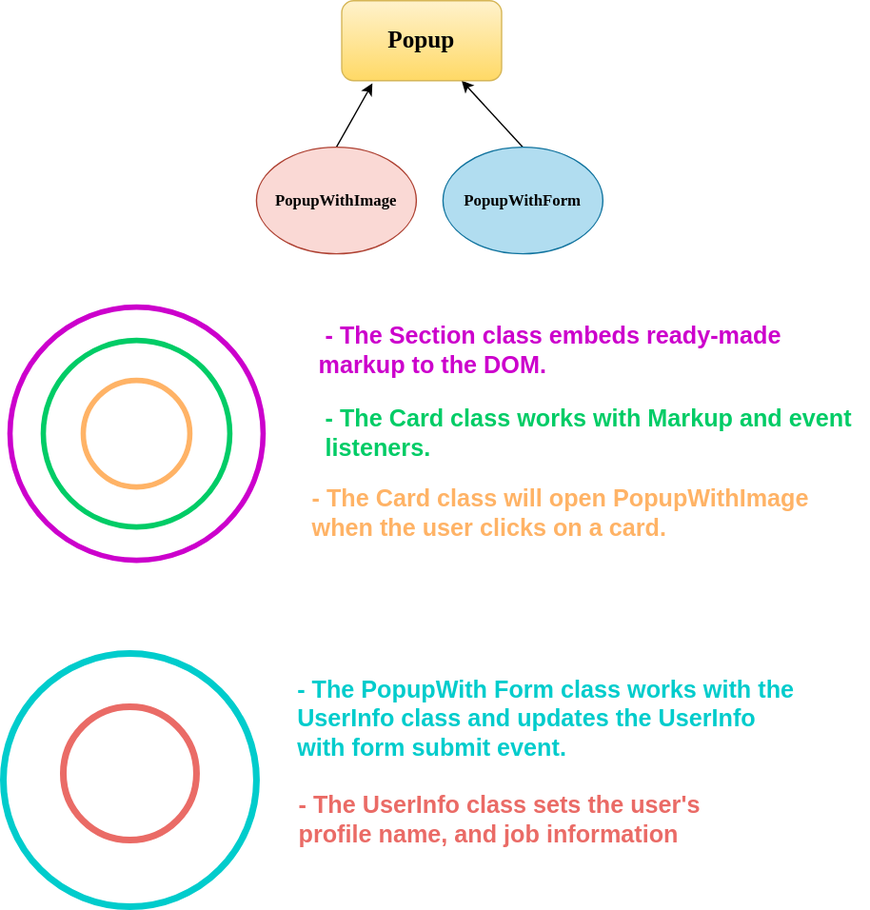
Earlier version of the draw.io export src/images/diagram.svg (hulyak/web_project_4). Source tidied: cells renumbered, new cells last; positions are measured from the earlier drawing's top-left corner, leaving out a move shared by most shapes. Source of this version:
```xml
<mxGraphModel>
  <root>
    <mxCell id="0" />
    <mxCell id="1" parent="0" />
    <mxCell id="2" style="endArrow=classic;html=1;exitX=0.5;exitY=0;exitDx=0;exitDy=0;entryX=0.192;entryY=1.033;entryDx=0;entryDy=0;entryPerimeter=0;" parent="1" edge="1" source="11" target="10">
      <mxGeometry relative="1" as="geometry" />
    </mxCell>
    <mxCell id="3" style="endArrow=classic;html=1;exitX=0.5;exitY=0;exitDx=0;exitDy=0;entryX=0.75;entryY=1;entryDx=0;entryDy=0;" parent="1" edge="1" source="12" target="10">
      <mxGeometry relative="1" as="geometry" />
    </mxCell>
    <mxCell id="4" style="ellipse;whiteSpace=wrap;html=1;align=center;fillColor=none;strokeColor=#CC00CC;strokeWidth=4;" parent="1" vertex="1">
      <mxGeometry x="5" y="230" width="190" height="190" as="geometry" />
    </mxCell>
    <mxCell id="5" style="ellipse;whiteSpace=wrap;html=1;strokeColor=#00CC66;strokeWidth=4;fillColor=none;" parent="1" vertex="1">
      <mxGeometry x="30" y="255" width="140" height="140" as="geometry" />
    </mxCell>
    <mxCell id="6" value="&lt;h2&gt;&lt;font color=&quot;#cc00cc&quot;&gt;&amp;nbsp;- The Section class embeds ready-made markup to the DOM.&amp;nbsp;&lt;/font&gt;&lt;/h2&gt;" style="text;html=1;strokeColor=none;fillColor=none;align=left;verticalAlign=middle;whiteSpace=wrap;rounded=0;" parent="1" vertex="1">
      <mxGeometry x="235" y="240" width="410" height="45" as="geometry" />
    </mxCell>
    <mxCell id="7" value="&lt;h2&gt;&lt;font color=&quot;#00cc66&quot;&gt;- The Card class works with Markup and event listeners.&amp;nbsp;&lt;/font&gt;&lt;/h2&gt;" style="text;html=1;strokeColor=none;fillColor=none;align=left;verticalAlign=middle;whiteSpace=wrap;rounded=0;" parent="1" vertex="1">
      <mxGeometry x="240" y="302.5" width="410" height="45" as="geometry" />
    </mxCell>
    <mxCell id="8" style="ellipse;whiteSpace=wrap;html=1;fillColor=none;gradientColor=none;strokeWidth=4;strokeColor=#FFB366;" parent="1" vertex="1">
      <mxGeometry x="60" y="285" width="80" height="80" as="geometry" />
    </mxCell>
    <mxCell id="9" value="&lt;h2&gt;&lt;font color=&quot;#ffb366&quot;&gt;- The Card class will open PopupWithImage when the user clicks on a card.&amp;nbsp;&lt;/font&gt;&lt;/h2&gt;" style="text;html=1;strokeColor=none;fillColor=none;align=left;verticalAlign=middle;whiteSpace=wrap;rounded=0;" parent="1" vertex="1">
      <mxGeometry x="230" y="360" width="420" height="50" as="geometry" />
    </mxCell>
    <mxCell id="10" value="&lt;h2&gt;&lt;font face=&quot;Tahoma&quot;&gt;Popup&lt;/font&gt;&lt;/h2&gt;" style="rounded=1;whiteSpace=wrap;html=1;fillColor=#fff2cc;strokeColor=#d6b656;gradientColor=#ffd966;" parent="1" vertex="1">
      <mxGeometry x="254" width="120" height="60" as="geometry" />
    </mxCell>
    <mxCell id="11" value="&lt;h4&gt;&lt;font face=&quot;Tahoma&quot;&gt;PopupWithImage&lt;/font&gt;&lt;/h4&gt;" style="ellipse;whiteSpace=wrap;html=1;fillColor=#fad9d5;strokeColor=#ae4132;" parent="1" vertex="1">
      <mxGeometry x="190" y="110" width="120" height="80" as="geometry" />
    </mxCell>
    <mxCell id="12" value="&lt;h4&gt;&lt;font face=&quot;Tahoma&quot;&gt;PopupWithForm&lt;/font&gt;&lt;/h4&gt;" style="ellipse;whiteSpace=wrap;html=1;fillColor=#b1ddf0;strokeColor=#10739e;" parent="1" vertex="1">
      <mxGeometry x="330" y="110" width="120" height="80" as="geometry" />
    </mxCell>
    <mxCell id="13" style="ellipse;whiteSpace=wrap;html=1;strokeWidth=5;fillColor=none;strokeColor=#00CCCC;" parent="1" vertex="1">
      <mxGeometry y="490" width="190" height="190" as="geometry" />
    </mxCell>
    <mxCell id="14" style="ellipse;whiteSpace=wrap;html=1;strokeWidth=5;fillColor=none;strokeColor=#EA6B66;" parent="1" vertex="1">
      <mxGeometry x="45" y="530" width="100" height="100" as="geometry" />
    </mxCell>
    <mxCell id="15" value="&lt;p style=&quot;line-height: 120%&quot;&gt;&lt;/p&gt;&lt;h2 style=&quot;text-align: left&quot;&gt;&lt;font color=&quot;#00cccc&quot;&gt;- The PopupWith Form class works with the UserInfo class and updates the UserInfo with form submit event.&lt;/font&gt;&lt;/h2&gt;&lt;h2 style=&quot;text-align: left&quot;&gt;&amp;nbsp;&lt;/h2&gt;&lt;p&gt;&lt;/p&gt;" style="text;html=1;strokeColor=none;fillColor=none;align=center;verticalAlign=middle;whiteSpace=wrap;rounded=0;" parent="1" vertex="1">
      <mxGeometry x="220" y="530" width="380" height="55" as="geometry" />
    </mxCell>
    <mxCell id="16" value="&lt;h2&gt;&lt;font color=&quot;#ea6b66&quot;&gt;- The UserInfo class sets the user's profile name, and job information&lt;/font&gt;&lt;/h2&gt;" style="text;html=1;strokeColor=none;fillColor=none;align=left;verticalAlign=middle;whiteSpace=wrap;rounded=0;" parent="1" vertex="1">
      <mxGeometry x="220" y="590" width="360" height="50" as="geometry" />
    </mxCell>
  </root>
</mxGraphModel>
```
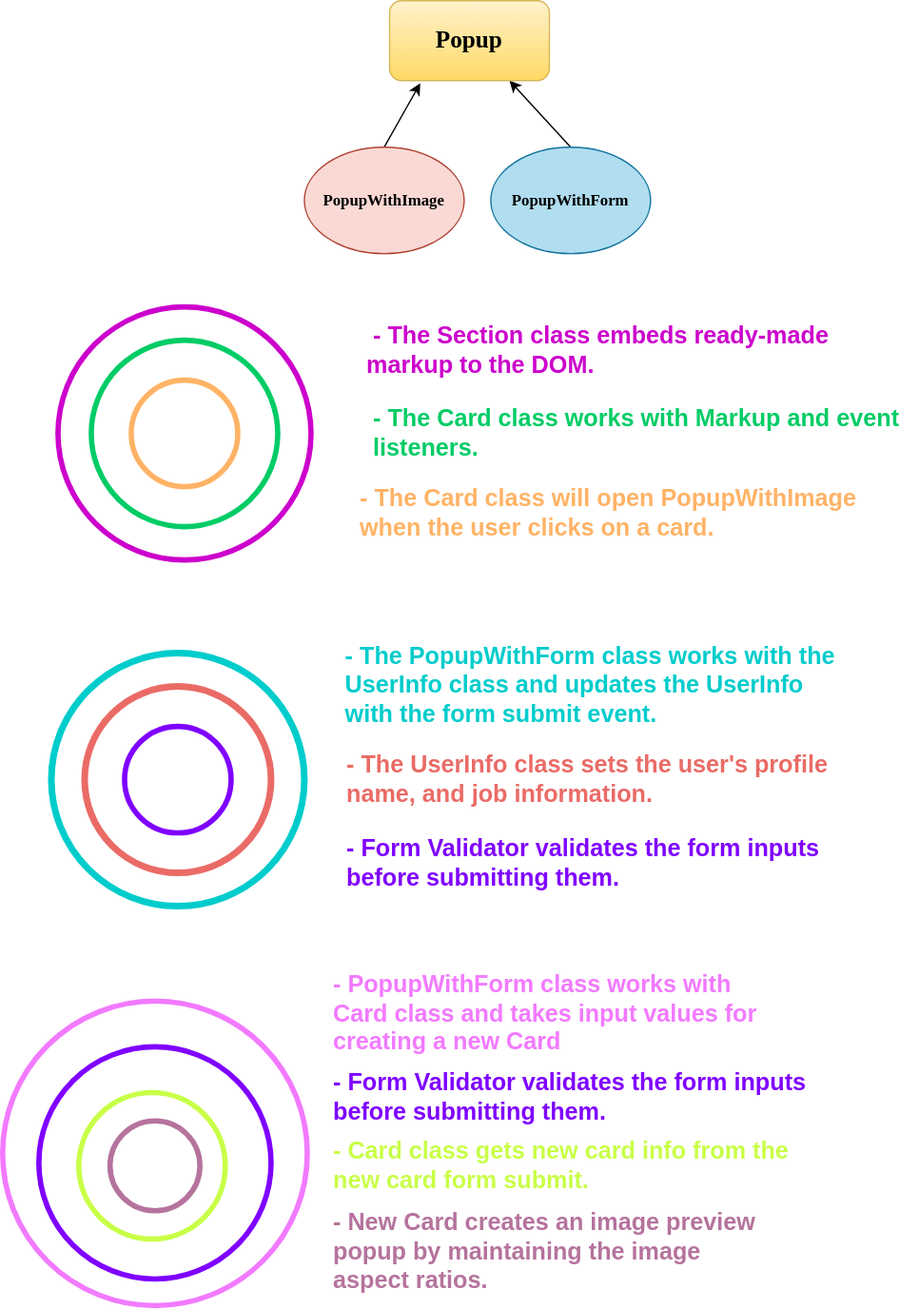
Above is the later version.

Diff of the diagram source:
```diff
@@ -39,13 +39,43 @@
       <mxGeometry y="490" width="190" height="190" as="geometry" />
     </mxCell>
     <mxCell id="14" style="ellipse;whiteSpace=wrap;html=1;strokeWidth=5;fillColor=none;strokeColor=#EA6B66;" parent="1" vertex="1">
-      <mxGeometry x="45" y="530" width="100" height="100" as="geometry" />
+      <mxGeometry x="25" y="515" width="140" height="140" as="geometry" />
     </mxCell>
-    <mxCell id="15" value="&lt;p style=&quot;line-height: 120%&quot;&gt;&lt;/p&gt;&lt;h2 style=&quot;text-align: left&quot;&gt;&lt;font color=&quot;#00cccc&quot;&gt;- The PopupWith Form class works with the UserInfo class and updates the UserInfo with form submit event.&lt;/font&gt;&lt;/h2&gt;&lt;h2 style=&quot;text-align: left&quot;&gt;&amp;nbsp;&lt;/h2&gt;&lt;p&gt;&lt;/p&gt;" style="text;html=1;strokeColor=none;fillColor=none;align=center;verticalAlign=middle;whiteSpace=wrap;rounded=0;" parent="1" vertex="1">
-      <mxGeometry x="220" y="530" width="380" height="55" as="geometry" />
+    <mxCell id="15" value="&lt;p style=&quot;line-height: 120%&quot;&gt;&lt;/p&gt;&lt;h2 style=&quot;text-align: left&quot;&gt;&lt;font color=&quot;#00cccc&quot;&gt;- The PopupWithForm class works with the UserInfo class and updates the UserInfo with the form submit event.&lt;/font&gt;&lt;/h2&gt;&lt;h2 style=&quot;text-align: left&quot;&gt;&amp;nbsp;&lt;/h2&gt;&lt;p&gt;&lt;/p&gt;" style="text;html=1;strokeColor=none;fillColor=none;align=center;verticalAlign=middle;whiteSpace=wrap;rounded=0;" parent="1" vertex="1">
+      <mxGeometry x="220" y="505" width="380" height="55" as="geometry" />
     </mxCell>
-    <mxCell id="16" value="&lt;h2&gt;&lt;font color=&quot;#ea6b66&quot;&gt;- The UserInfo class sets the user's profile name, and job information&lt;/font&gt;&lt;/h2&gt;" style="text;html=1;strokeColor=none;fillColor=none;align=left;verticalAlign=middle;whiteSpace=wrap;rounded=0;" parent="1" vertex="1">
-      <mxGeometry x="220" y="590" width="360" height="50" as="geometry" />
+    <mxCell id="16" value="&lt;h2&gt;&lt;font color=&quot;#ea6b66&quot;&gt;- The UserInfo class sets the user's profile name, and job information.&lt;/font&gt;&lt;/h2&gt;" style="text;html=1;strokeColor=none;fillColor=none;align=left;verticalAlign=middle;whiteSpace=wrap;rounded=0;" parent="1" vertex="1">
+      <mxGeometry x="220" y="560" width="380" height="50" as="geometry" />
     </mxCell>
+    <mxCell id="17" style="ellipse;whiteSpace=wrap;html=1;fillColor=none;strokeWidth=4;strokeColor=#7F00FF;" parent="1" vertex="1">
+      <mxGeometry x="55" y="545" width="80" height="80" as="geometry" />
+    </mxCell>
+    <mxCell id="18" value="&lt;h4&gt;&lt;font style=&quot;font-size: 18px&quot; color=&quot;#7f00ff&quot;&gt;&lt;b&gt;- Form Validator validates the form inputs before submitting them.&lt;/b&gt;&lt;/font&gt;&lt;/h4&gt;" style="text;html=1;strokeColor=none;fillColor=none;align=left;verticalAlign=middle;whiteSpace=wrap;rounded=0;" parent="1" vertex="1">
+      <mxGeometry x="220" y="625" width="380" height="45" as="geometry" />
+    </mxCell>
+    <mxCell id="19" style="ellipse;whiteSpace=wrap;html=1;strokeWidth=4;fillColor=none;strokeColor=#B5739D;" parent="1" vertex="1">
+      <mxGeometry x="44.1" y="841.2" width="67.5" height="67.5" as="geometry" />
+    </mxCell>
+    <mxCell id="20" style="ellipse;whiteSpace=wrap;html=1;strokeWidth=4;fillColor=none;strokeColor=#C8FF47;" parent="1" vertex="1">
+      <mxGeometry x="20.6" y="820" width="110" height="110" as="geometry" />
+    </mxCell>
+    <mxCell id="21" style="ellipse;whiteSpace=wrap;html=1;strokeWidth=4;fillColor=none;strokeColor=#F27AFF;" parent="1" vertex="1">
+      <mxGeometry x="-36.6" y="751.2" width="228.8" height="228.8" as="geometry" />
+    </mxCell>
+    <mxCell id="22" value="&lt;h4&gt;&lt;font style=&quot;font-size: 18px&quot; color=&quot;#f27aff&quot;&gt;- PopupWithForm class works with Card class and takes input values for creating a new Card&lt;/font&gt;&lt;/h4&gt;" style="text;html=1;strokeColor=none;fillColor=none;align=left;verticalAlign=middle;whiteSpace=wrap;rounded=0;" parent="1" vertex="1">
+      <mxGeometry x="210" y="751.2" width="340" height="20" as="geometry" />
+    </mxCell>
+    <mxCell id="23" value="&lt;h4&gt;&lt;b&gt;&lt;font style=&quot;font-size: 18px&quot; color=&quot;#c8ff47&quot;&gt;- Card class gets new card info from the new card form submit.&lt;/font&gt;&lt;/b&gt;&lt;/h4&gt;" style="text;html=1;strokeColor=none;fillColor=none;align=left;verticalAlign=middle;whiteSpace=wrap;rounded=0;" parent="1" vertex="1">
+      <mxGeometry x="210" y="850" width="360" height="50" as="geometry" />
+    </mxCell>
+    <mxCell id="24" style="ellipse;whiteSpace=wrap;html=1;fillColor=none;strokeWidth=4;strokeColor=#7F00FF;" parent="1" vertex="1">
+      <mxGeometry x="-9.4" y="785.6" width="174.4" height="174.4" as="geometry" />
+    </mxCell>
+    <mxCell id="25" value="&lt;h4&gt;&lt;font style=&quot;font-size: 18px&quot; color=&quot;#7f00ff&quot;&gt;&lt;b&gt;- Form Validator validates the form inputs before submitting them.&lt;/b&gt;&lt;/font&gt;&lt;/h4&gt;" style="text;html=1;strokeColor=none;fillColor=none;align=left;verticalAlign=middle;whiteSpace=wrap;rounded=0;" parent="1" vertex="1">
+      <mxGeometry x="210" y="801.2" width="380" height="45" as="geometry" />
+    </mxCell>
+    <mxCell id="26" value="&lt;font size=&quot;1&quot; color=&quot;#b5739d&quot;&gt;&lt;b style=&quot;font-size: 18px&quot;&gt;- New Card creates an image preview popup by maintaining the image aspect ratios.&lt;/b&gt;&lt;/font&gt;" style="text;html=1;strokeColor=none;fillColor=none;align=left;verticalAlign=middle;whiteSpace=wrap;rounded=0;" parent="1" vertex="1">
+      <mxGeometry x="210" y="920" width="336" height="40" as="geometry" />
+    </mxCell>
   </root>
 </mxGraphModel>
```
